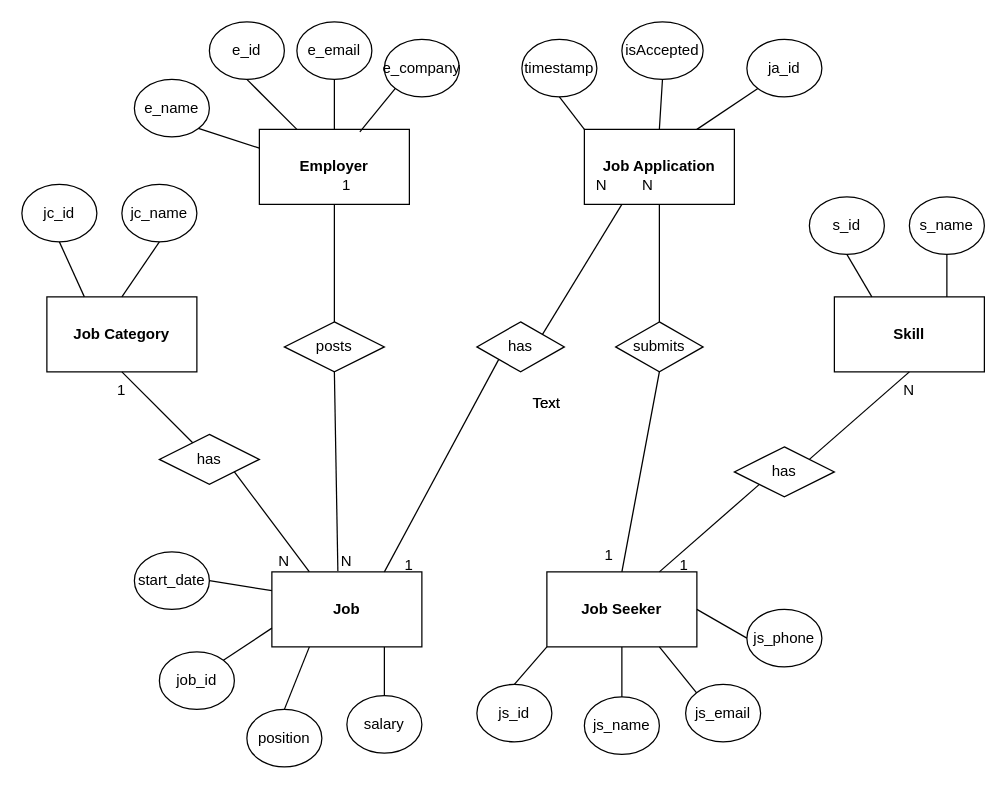
Earlier version of the draw.io diagram diagrams/draw.io/er.drawio (binoy638/job-recommender-api). Source tidied: cells renumbered, new cells numbered last; positions are measured from the earlier drawing's top-left corner, leaving out a move shared by most shapes. Both pictures are drawn from the tidied source at 125%, with x=0, y=0 at pixel (21, 21).
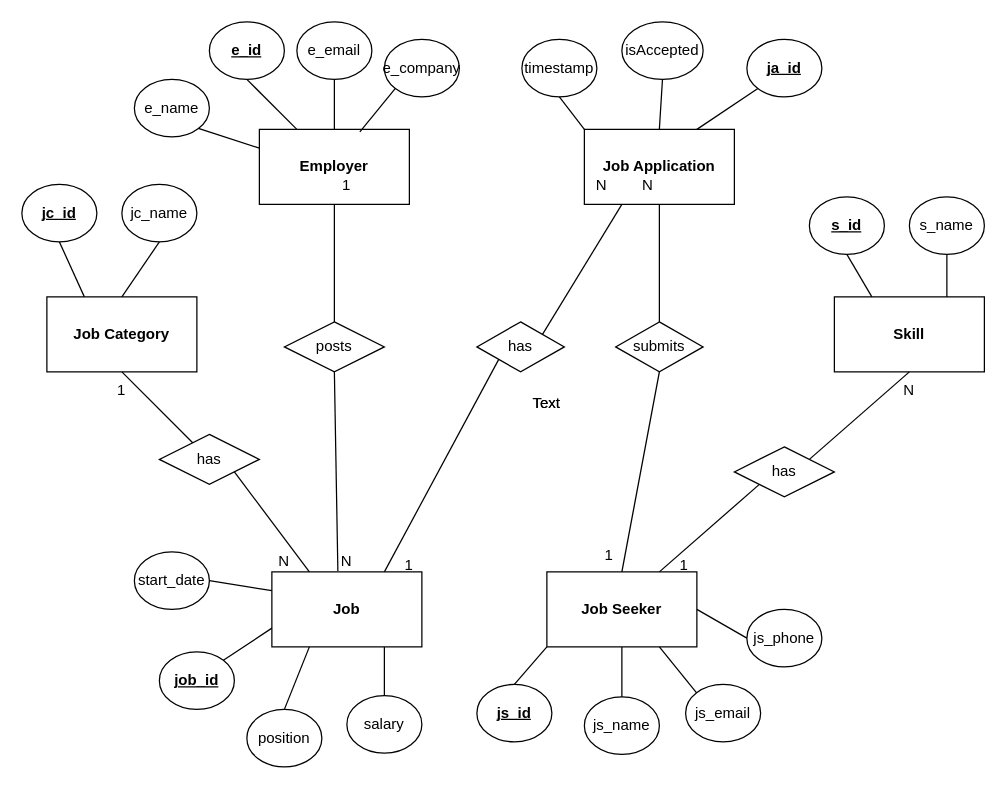
Above is the later version.

Commit message (it also covers changes not shown here):
fix: primary key er diagram

Diff of the diagram source:
```diff
@@
-    <mxCell id="36" value="s_id" style="ellipse;whiteSpace=wrap;html=1;" parent="1" vertex="1">
+    <mxCell id="36" value="&lt;b&gt;&lt;u&gt;s_id&lt;/u&gt;&lt;/b&gt;" style="ellipse;whiteSpace=wrap;html=1;" parent="1" vertex="1">
       <mxGeometry x="630" y="140" width="60" height="46" as="geometry" />
     </mxCell>
-    <mxCell id="37" value="js_id" style="ellipse;whiteSpace=wrap;html=1;" parent="1" vertex="1">
+    <mxCell id="37" value="&lt;b&gt;&lt;u&gt;js_id&lt;/u&gt;&lt;/b&gt;" style="ellipse;whiteSpace=wrap;html=1;" parent="1" vertex="1">
       <mxGeometry x="364" y="530" width="60" height="46" as="geometry" />
     </mxCell>
@@
-    <mxCell id="41" value="job_id" style="ellipse;whiteSpace=wrap;html=1;" parent="1" vertex="1">
+    <mxCell id="41" value="&lt;b&gt;&lt;u&gt;job_id&lt;/u&gt;&lt;/b&gt;" style="ellipse;whiteSpace=wrap;html=1;" parent="1" vertex="1">
       <mxGeometry x="110" y="504" width="60" height="46" as="geometry" />
     </mxCell>
@@
-    <mxCell id="45" value="jc_id" style="ellipse;whiteSpace=wrap;html=1;" parent="1" vertex="1">
+    <mxCell id="45" value="&lt;b&gt;&lt;u&gt;jc_id&lt;/u&gt;&lt;/b&gt;" style="ellipse;whiteSpace=wrap;html=1;" parent="1" vertex="1">
       <mxGeometry y="130" width="60" height="46" as="geometry" />
     </mxCell>
@@
-    <mxCell id="47" value="ja_id" style="ellipse;whiteSpace=wrap;html=1;" parent="1" vertex="1">
+    <mxCell id="47" value="&lt;u&gt;&lt;b&gt;ja_id&lt;/b&gt;&lt;/u&gt;" style="ellipse;whiteSpace=wrap;html=1;" parent="1" vertex="1">
       <mxGeometry x="580" y="14" width="60" height="46" as="geometry" />
     </mxCell>
@@
-    <mxCell id="50" value="e_id" style="ellipse;whiteSpace=wrap;html=1;" parent="1" vertex="1">
+    <mxCell id="50" value="&lt;u&gt;&lt;b&gt;e_id&lt;/b&gt;&lt;/u&gt;" style="ellipse;whiteSpace=wrap;html=1;" parent="1" vertex="1">
       <mxGeometry x="150" width="60" height="46" as="geometry" />
     </mxCell>
```
